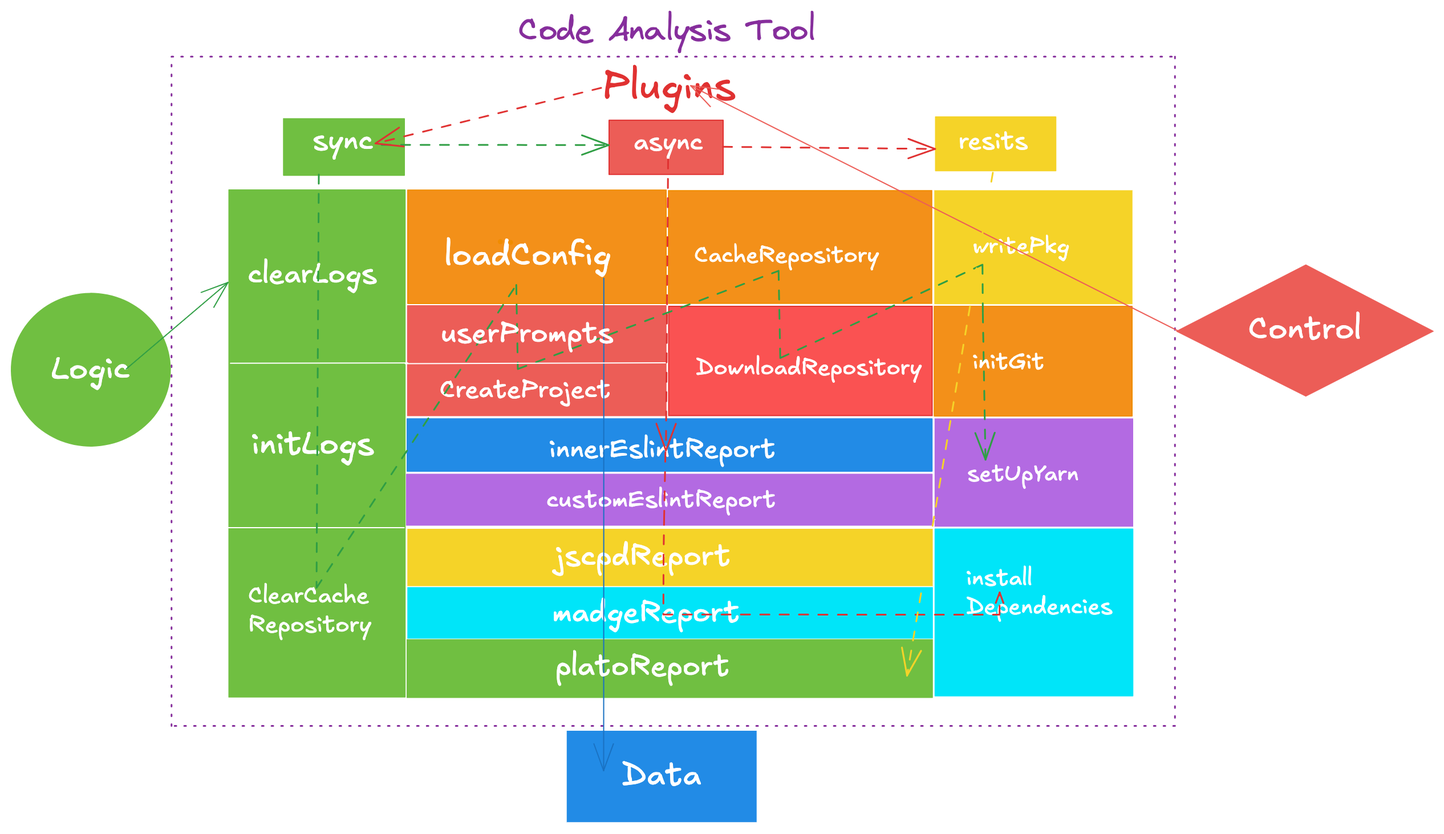
Before: src/assets/images/code-ana.png, a diagram exported from Excalidraw (yanyunchangfeng/yycf-cli). Source tidied: one line per element, renumbered; positions are measured from the earlier drawing's top-left corner, leaving out a move shared by most shapes.
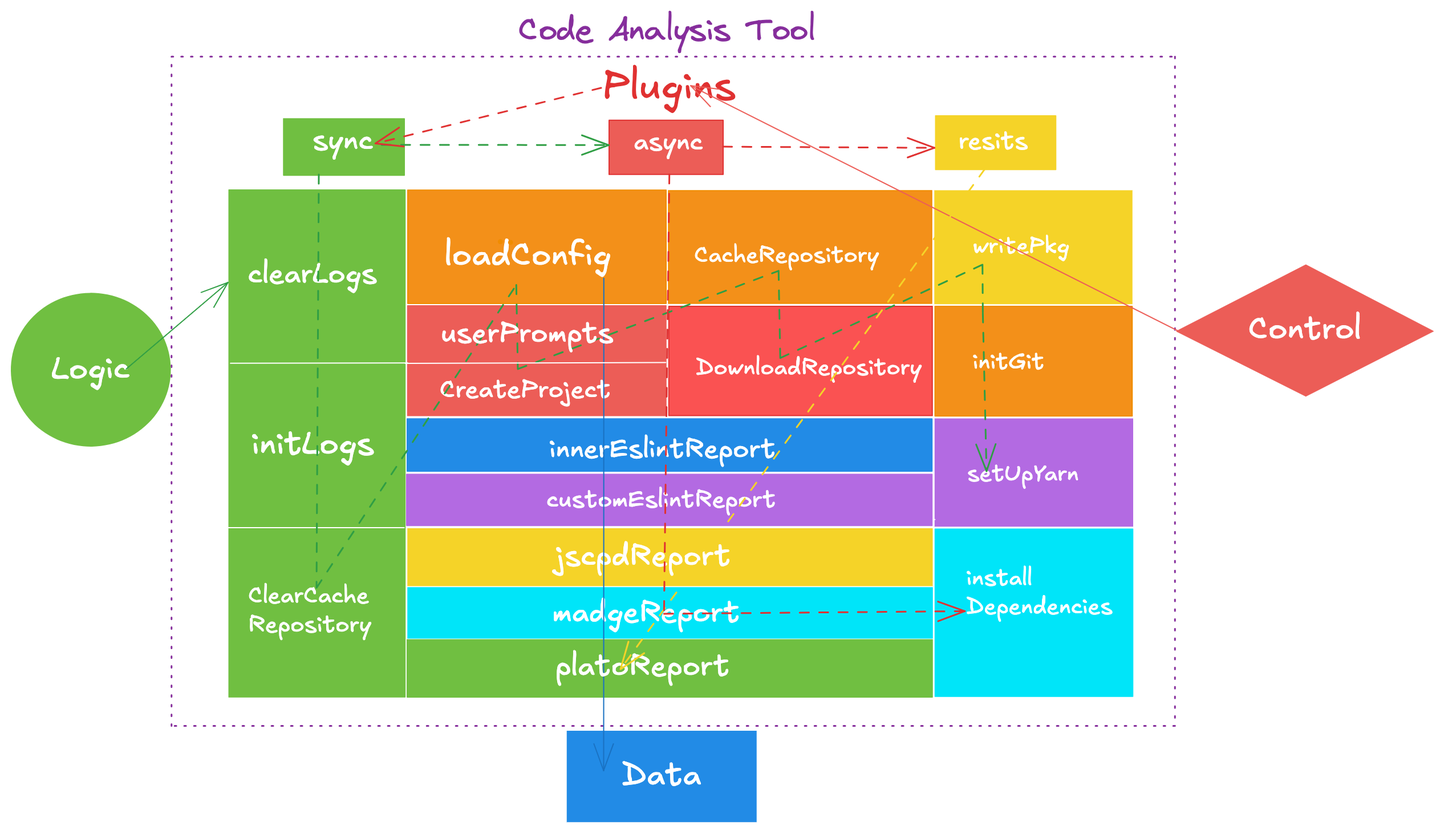
The same diagram one commit later.

Commit message:
feat: update arch graph

What changed in the source:
```diff
@@ -1,6 +1,6 @@
-{"id": 0, "type": "rectangle", "strokeColor": "#f08c00", "backgroundColor": "#f39019", "fillStyle": "solid", "strokeWidth": 1, "roughness": 0, "x": 809, "y": 258, "width": 173, "height": 96}
+{"id": 0, "type": "rectangle", "strokeColor": "#f08c00", "backgroundColor": "#f39019", "fillStyle": "solid", "strokeWidth": 1, "roughness": 0, "x": 810, "y": 258, "width": 173, "height": 96}
 {"id": 1, "type": "rectangle", "strokeColor": "#ec5d57", "backgroundColor": "#ec5d57", "fillStyle": "solid", "strokeWidth": 1, "roughness": 0, "x": 347, "y": 258, "width": 226, "height": 96}
-{"id": 2, "type": "rectangle", "strokeColor": "#ffffff", "backgroundColor": "#f5d328", "fillStyle": "solid", "strokeWidth": 1, "roughness": 0, "x": 347, "y": 453, "width": 462, "height": 51}
+{"id": 2, "type": "rectangle", "strokeColor": "#ffffff", "backgroundColor": "#f5d328", "fillStyle": "solid", "strokeWidth": 1, "roughness": 0, "x": 347, "y": 452, "width": 462, "height": 52}
 {"id": 3, "type": "rectangle", "strokeColor": "#f08c00", "backgroundColor": "#f39019", "fillStyle": "solid", "strokeWidth": 1, "roughness": 0, "x": 347, "y": 157, "width": 227, "height": 99}
 {"id": 4, "type": "rectangle", "strokeColor": "#228be6", "backgroundColor": "#228be6", "fillStyle": "solid", "strokeWidth": 1, "roughness": 0, "x": 347, "y": 357, "width": 460, "height": 46}
 {"id": 5, "type": "rectangle", "strokeColor": "#862e9c", "strokeWidth": 1, "strokeStyle": "dotted", "roughness": 0, "x": 140, "y": 40, "width": 880, "height": 587}
@@ -16,7 +16,7 @@
 {"id": 15, "type": "freedraw", "strokeColor": "#f08c00", "backgroundColor": "#fd7e14", "fillStyle": "solid", "strokeWidth": 1, "strokeStyle": "dotted", "roughness": 0, "x": 429, "y": 202, "width": 0, "height": 0, "points": [[0, 0], [0, 0]]}
 {"id": 16, "type": "text", "text": "ClearCache\nRepository", "strokeColor": "#ffffff", "backgroundColor": "#fd7e14", "fillStyle": "solid", "strokeWidth": 1, "strokeStyle": "dotted", "roughness": 0, "fontSize": 20.42, "fontFamily": 5, "x": 208, "y": 500, "width": 129, "height": 51}
 {"id": 17, "type": "text", "text": "CacheRepository", "strokeColor": "#ffffff", "backgroundColor": "#fd7e14", "fillStyle": "solid", "strokeWidth": 1, "strokeStyle": "dotted", "roughness": 0, "fontSize": 20, "fontFamily": 5, "x": 599, "y": 202, "width": 159, "height": 25}
-{"id": 18, "type": "rectangle", "strokeColor": "#00e5f9", "backgroundColor": "#00e5f9", "fillStyle": "solid", "strokeWidth": 1, "roughness": 0, "x": 810, "y": 454, "width": 173, "height": 146}
+{"id": 18, "type": "rectangle", "strokeColor": "#00e5f9", "backgroundColor": "#00e5f9", "fillStyle": "solid", "strokeWidth": 1, "roughness": 0, "x": 810, "y": 454, "width": 173, "height": 147}
 {"id": 19, "type": "text", "text": "writePkg", "strokeColor": "#ffffff", "backgroundColor": "#fd7e14", "fillStyle": "solid", "strokeWidth": 1, "strokeStyle": "dotted", "roughness": 0, "fontSize": 20, "fontFamily": 5, "x": 832, "y": 205, "width": 85, "height": 25}
 {"id": 20, "type": "rectangle", "strokeColor": "#ffffff", "backgroundColor": "#b36ae2", "fillStyle": "solid", "strokeWidth": 1, "roughness": 0, "x": 809, "y": 356, "width": 175, "height": 96}
 {"id": 21, "type": "text", "text": "setUpYarn", "strokeColor": "#ffffff", "backgroundColor": "#be4bdb", "fillStyle": "solid", "strokeWidth": 1, "strokeStyle": "dotted", "roughness": 0, "fontSize": 20, "fontFamily": 5, "x": 838, "y": 393, "width": 97, "height": 25}
@@ -30,7 +30,7 @@
 {"id": 29, "type": "text", "text": "jscpdReport", "strokeColor": "#ffffff", "angle": 0.0, "backgroundColor": "#f5d328", "fillStyle": "solid", "strokeWidth": 1, "roughness": 0, "fontSize": 26.05, "fontFamily": 5, "x": 477, "y": 462, "width": 168, "height": 33}
 {"id": 30, "type": "rectangle", "strokeColor": "#b36ae2", "backgroundColor": "#b36ae2", "fillStyle": "solid", "strokeWidth": 1, "roughness": 0, "x": 347, "y": 406, "width": 461, "height": 45}
 {"id": 31, "type": "text", "text": "customEslintReport", "strokeColor": "#ffffff", "backgroundColor": "#228be6", "fillStyle": "solid", "strokeWidth": 1, "strokeStyle": "dotted", "roughness": 0, "fontSize": 20.92, "fontFamily": 5, "x": 469, "y": 415, "width": 222, "height": 26}
-{"id": 32, "type": "rectangle", "strokeColor": "#70bf41", "backgroundColor": "#70bf41", "fillStyle": "solid", "strokeWidth": 1, "roughness": 0, "x": 347, "y": 551, "width": 460, "height": 51}
+{"id": 32, "type": "rectangle", "strokeColor": "#70bf41", "backgroundColor": "#70bf41", "fillStyle": "solid", "strokeWidth": 1, "roughness": 0, "x": 347, "y": 551, "width": 460, "height": 50}
 {"id": 33, "type": "text", "text": "madgeReport", "strokeColor": "#ffffff", "angle": 0.0, "backgroundColor": "#f5d328", "fillStyle": "solid", "strokeWidth": 1, "roughness": 0, "fontSize": 25.96, "fontFamily": 5, "x": 474, "y": 512, "width": 165, "height": 32}
 {"id": 34, "type": "ellipse", "strokeColor": "#70bf41", "angle": 6.27, "backgroundColor": "#70bf41", "fillStyle": "solid", "strokeWidth": 1, "roughness": 0, "x": 0, "y": 247, "width": 139, "height": 134}
 {"id": 35, "type": "text", "text": "Logic", "strokeColor": "#ffffff", "angle": 6.27, "backgroundColor": "#70bf41", "fillStyle": "solid", "strokeWidth": 1, "roughness": 0, "fontSize": 28, "fontFamily": 5, "textAlign": "center", "verticalAlign": "middle", "inside": 34, "x": 35, "y": 297, "width": 68, "height": 35}
@@ -50,15 +50,14 @@
 {"id": 49, "type": "rectangle", "strokeColor": "#70bf41", "backgroundColor": "#70bf41", "fillStyle": "solid", "strokeWidth": 1, "roughness": 0, "x": 239, "y": 94, "width": 106, "height": 50}
 {"id": 50, "type": "text", "text": "sync", "strokeColor": "#ffffff", "angle": 0.0, "backgroundColor": "#ffffff", "fillStyle": "solid", "strokeWidth": 1, "roughness": 0, "fontSize": 25.25, "fontFamily": 5, "x": 264, "y": 98, "width": 58, "height": 32}
 {"id": 51, "type": "text", "text": "async", "strokeColor": "#ffffff", "angle": 0.0, "backgroundColor": "#ffffff", "fillStyle": "solid", "strokeWidth": 1, "roughness": 0, "fontSize": 22.65, "fontFamily": 5, "x": 546, "y": 101, "width": 62, "height": 28}
-{"id": 52, "type": "arrow", "strokeColor": "#2f9e44", "strokeWidth": 1, "strokeStyle": "dashed", "roughness": 0, "endArrowhead": "arrow", "from": 50, "to": 21, "x": 270, "y": 143, "width": 587, "height": 362, "points": [[0, 0], [-2, 362], [173, 97], [174, 170], [403, 84], [405, 161], [582, 79], [582, 122], [585, 250]]}
+{"id": 52, "type": "arrow", "strokeColor": "#2f9e44", "strokeWidth": 1, "strokeStyle": "dashed", "roughness": 0, "endArrowhead": "arrow", "from": 50, "to": 21, "x": 270, "y": 143, "width": 587, "height": 362, "points": [[0, 0], [-2, 362], [173, 97], [174, 170], [403, 84], [405, 161], [582, 79], [582, 122], [585, 260]]}
-{"id": 53, "type": "arrow", "strokeColor": "#e03131", "strokeWidth": 1, "strokeStyle": "dashed", "roughness": 0, "endArrowhead": "arrow", "from": 10, "x": 574, "y": 386, "width": 295, "height": 142, "points": [[0, 0], [0, 0], [-1, 56], [-2, 91], [-2, 142], [293, 142], [293, 123]]}
 {"id": 54, "type": "line", "strokeColor": "#ffffff", "strokeWidth": 1, "roughness": 0, "x": 345, "y": 309, "width": 228, "height": 1, "points": [[0, 0], [228, -1]]}
 {"id": 55, "type": "text", "text": "userPrompts", "strokeColor": "#ffffff", "backgroundColor": "#fa5252", "fillStyle": "solid", "strokeWidth": 1, "strokeStyle": "dotted", "roughness": 0, "fontSize": 25.01, "fontFamily": 5, "x": 377, "y": 268, "width": 170, "height": 31}
-{"id": 56, "type": "rectangle", "strokeColor": "#f5d328", "backgroundColor": "#f5d328", "fillStyle": "solid", "strokeWidth": 1, "roughness": 0, "x": 810, "y": 93, "width": 105, "height": 47}
+{"id": 56, "type": "rectangle", "strokeColor": "#f5d328", "backgroundColor": "#f5d328", "fillStyle": "solid", "strokeWidth": 1, "roughness": 0, "x": 810, "y": 92, "width": 105, "height": 47}
 {"id": 57, "type": "text", "text": "resits", "strokeColor": "#ffffff", "angle": 0.0, "backgroundColor": "#ffffff", "fillStyle": "solid", "strokeWidth": 1, "roughness": 0, "fontSize": 21.61, "fontFamily": 5, "x": 830, "y": 101, "width": 76, "height": 27}
 {"id": 58, "type": "arrow", "strokeColor": "#2f9e44", "backgroundColor": "#ec5d57", "fillStyle": "solid", "strokeWidth": 1, "strokeStyle": "dashed", "roughness": 0, "endArrowhead": "arrow", "from": 50, "to": 48, "x": 325, "y": 117, "width": 199, "height": 0, "points": [[0, 0], [199, 0]]}
-{"id": 59, "type": "arrow", "strokeColor": "#e03131", "backgroundColor": "#ec5d57", "fillStyle": "solid", "strokeWidth": 1, "strokeStyle": "dashed", "roughness": 0, "endArrowhead": "arrow", "from": 48, "to": 56, "x": 624, "y": 119, "width": 186, "height": 2, "points": [[0, 0], [186, 2]]}
+{"id": 59, "type": "arrow", "strokeColor": "#e03131", "backgroundColor": "#ec5d57", "fillStyle": "solid", "strokeWidth": 1, "strokeStyle": "dashed", "roughness": 0, "endArrowhead": "arrow", "from": 48, "to": 56, "x": 624, "y": 119, "width": 185, "height": 1, "points": [[0, 0], [185, 1]]}
 {"id": 60, "type": "arrow", "strokeColor": "#e03131", "backgroundColor": "#ec5d57", "fillStyle": "solid", "strokeWidth": 1, "strokeStyle": "dashed", "roughness": 0, "endArrowhead": "arrow", "from": 25, "to": 50, "x": 517, "y": 67, "width": 198, "height": 49, "points": [[0, 0], [-198, 49]]}
-{"id": 61, "type": "arrow", "strokeColor": "#e03131", "backgroundColor": "#ec5d57", "fillStyle": "solid", "strokeWidth": 1, "strokeStyle": "dashed", "roughness": 0, "endArrowhead": "arrow", "from": 51, "to": 10, "x": 576, "y": 130, "width": 2, "height": 255, "points": [[0, 0], [-2, 255]]}
 {"id": 62, "type": "text", "text": "initGit", "strokeColor": "#ffffff", "backgroundColor": "#f5d328", "fillStyle": "solid", "strokeWidth": 1, "strokeStyle": "dotted", "roughness": 0, "fontSize": 20, "fontFamily": 5, "x": 843, "y": 295, "width": 63, "height": 25}
-{"id": 63, "type": "arrow", "strokeColor": "#f5d328", "backgroundColor": "#ec5d57", "fillStyle": "solid", "strokeWidth": 1, "strokeStyle": "dashed", "roughness": 0, "endArrowhead": "arrow", "from": 57, "to": 18, "x": 863, "y": 125, "width": 78, "height": 458, "points": [[0, 0], [-78, 458]]}
+{"id": 63, "type": "arrow", "strokeColor": "#f5d328", "backgroundColor": "#ec5d57", "fillStyle": "solid", "strokeWidth": 1, "strokeStyle": "dashed", "roughness": 0, "endArrowhead": "arrow", "from": 57, "to": 46, "x": 863, "y": 125, "width": 329, "height": 452, "points": [[0, 0], [-329, 452]]}
+{"id": 64, "type": "arrow", "strokeColor": "#e03131", "backgroundColor": "#f39019", "fillStyle": "solid", "strokeWidth": 1, "strokeStyle": "dashed", "roughness": 0, "endArrowhead": "arrow", "from": 51, "to": 24, "x": 577, "y": 143, "width": 264, "height": 385, "points": [[0, 0], [-5, 385], [259, 383]]}
```
